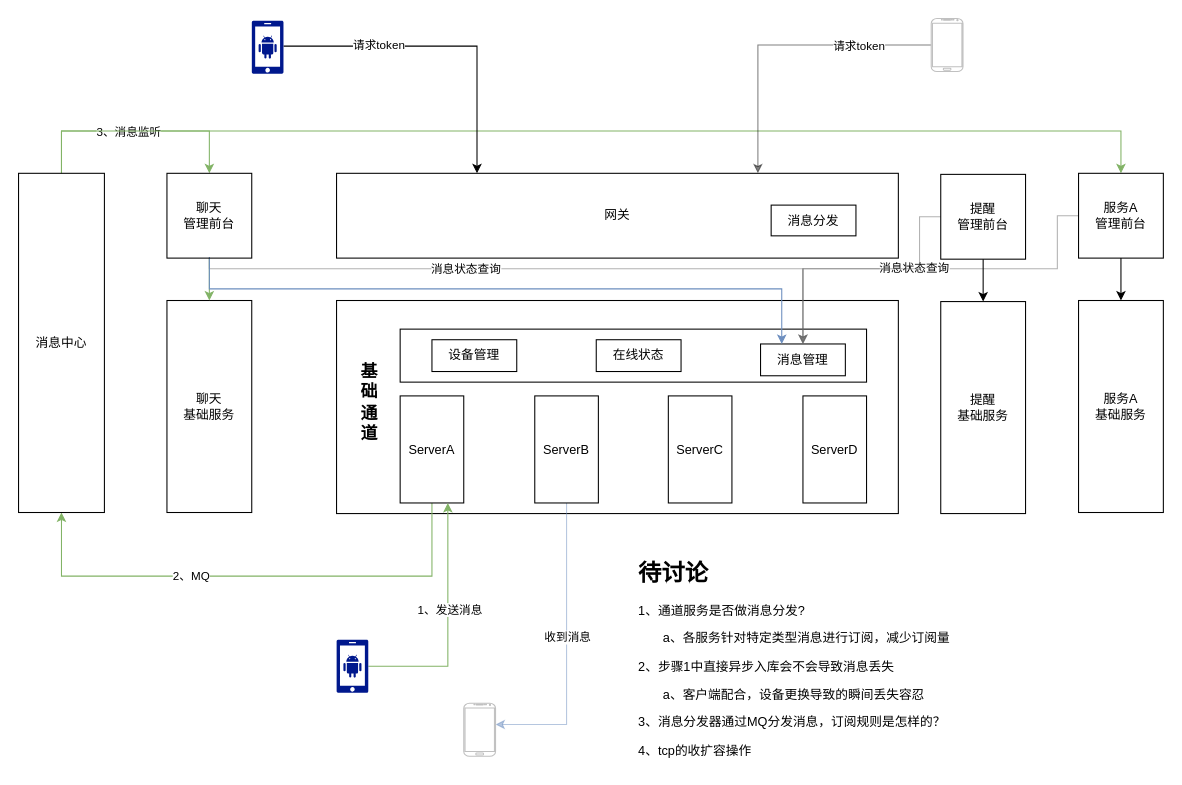
Earlier version of the draw.io diagram page "聊天系统" (14 of 14) of 业务系统架构.drawio (NonePro/UML). Source tidied: cells renumbered, new cells numbered last; positions are measured from the earlier drawing's top-left corner, leaving out a move shared by most shapes. Both pictures are drawn from the tidied source at 106%, with x=0, y=0 at pixel (18, 18).
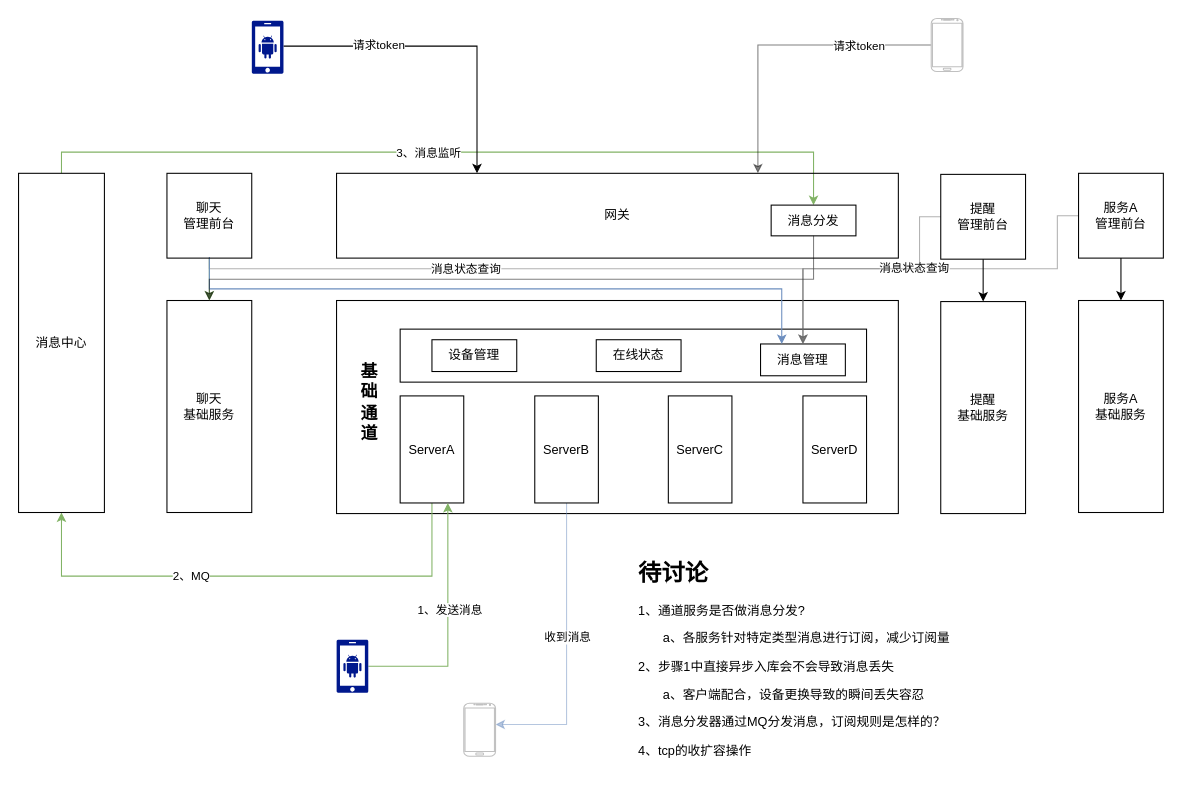
The same diagram, later.

Commit message (it also covers changes not shown here):
Update 业务系统架构.drawio

The change refers to these unchanged cells:
```xml
<mxCell id="16" value="聊天&lt;br&gt;基础服务" style="rounded=0;whiteSpace=wrap;html=1;strokeColor=#000000;fillColor=none;" parent="1" vertex="1">
  <mxGeometry x="140" y="266" width="80" height="200" as="geometry" />
</mxCell>
<mxCell id="20" value="消息中心" style="rounded=0;whiteSpace=wrap;html=1;strokeColor=#000000;fillColor=none;" parent="1" vertex="1">
  <mxGeometry y="146" width="81" height="320" as="geometry" />
</mxCell>
<mxCell id="25" value="聊天&lt;br&gt;管理前台" style="rounded=0;whiteSpace=wrap;html=1;strokeColor=#000000;fillColor=none;" parent="1" vertex="1">
  <mxGeometry x="140" y="146" width="80" height="80" as="geometry" />
</mxCell>
<mxCell id="30" value="服务A&lt;br&gt;管理前台" style="rounded=0;whiteSpace=wrap;html=1;strokeColor=#000000;fillColor=none;" parent="1" vertex="1">
  <mxGeometry x="1000" y="146" width="80" height="80" as="geometry" />
</mxCell>
<mxCell id="35" value="消息分发" style="rounded=0;whiteSpace=wrap;html=1;strokeColor=#000000;fillColor=none;" parent="1" vertex="1">
  <mxGeometry x="710" y="176" width="80" height="29" as="geometry" />
</mxCell>
```

What changed in the source:
```diff
@@
-    <mxCell id="17" style="edgeStyle=orthogonalEdgeStyle;rounded=0;jettySize=auto;html=1;entryX=0.5;entryY=0;entryDx=0;entryDy=0;exitX=0.5;exitY=0;exitDx=0;exitDy=0;fillColor=#d5e8d4;strokeColor=#82b366;" parent="1" edge="1" source="20" target="25">
+    <mxCell id="17" style="edgeStyle=orthogonalEdgeStyle;rounded=0;jettySize=auto;html=1;entryX=0.5;entryY=0;entryDx=0;entryDy=0;exitX=0.5;exitY=0;exitDx=0;exitDy=0;fillColor=#d5e8d4;strokeColor=#82b366;" parent="1" edge="1" source="20" target="35">
       <mxGeometry relative="1" as="geometry">
         <Array as="points">
-          <mxPoint x="41" y="106" />
-          <mxPoint x="180" y="106" />
+          <mxPoint x="40" y="126" />
+          <mxPoint x="750" y="126" />
         </Array>
       </mxGeometry>
     </mxCell>
@@
-    <mxCell id="19" style="edgeStyle=orthogonalEdgeStyle;rounded=0;jettySize=auto;html=1;entryX=0.5;entryY=0;entryDx=0;entryDy=0;fillColor=#d5e8d4;strokeColor=#82b366;" parent="1" edge="1" source="20" target="30">
-      <mxGeometry relative="1" as="geometry">
-        <Array as="points">
-          <mxPoint x="41" y="106" />
-          <mxPoint x="1040" y="106" />
-        </Array>
-      </mxGeometry>
-    </mxCell>
@@
+    <mxCell id="48" style="edgeStyle=orthogonalEdgeStyle;rounded=0;jettySize=auto;html=1;entryX=0.5;entryY=0;entryDx=0;entryDy=0;opacity=50;" parent="1" edge="1" source="35" target="16">
+      <mxGeometry relative="1" as="geometry">
+        <Array as="points">
+          <mxPoint x="750" y="246" />
+          <mxPoint x="180" y="246" />
+        </Array>
+      </mxGeometry>
+    </mxCell>
```
